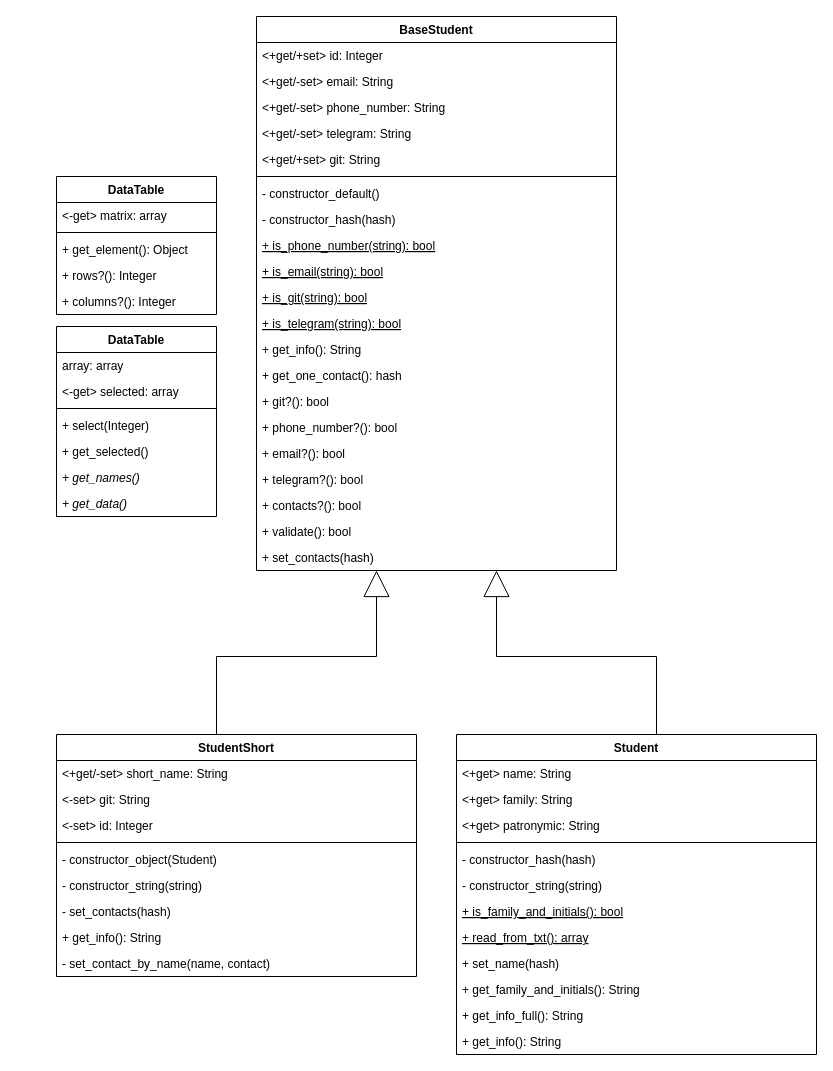
Before: lab2/docs/ClassDiagram.drawio in KirSaxhlil/PatternLabs, a draw.io diagram. Source tidied: cells renumbered, new cells numbered last; positions are measured from the earlier drawing's top-left corner, leaving out a move shared by most shapes. Both pictures are drawn from the tidied source at 100%, with x=0, y=0 at pixel (56, 16).
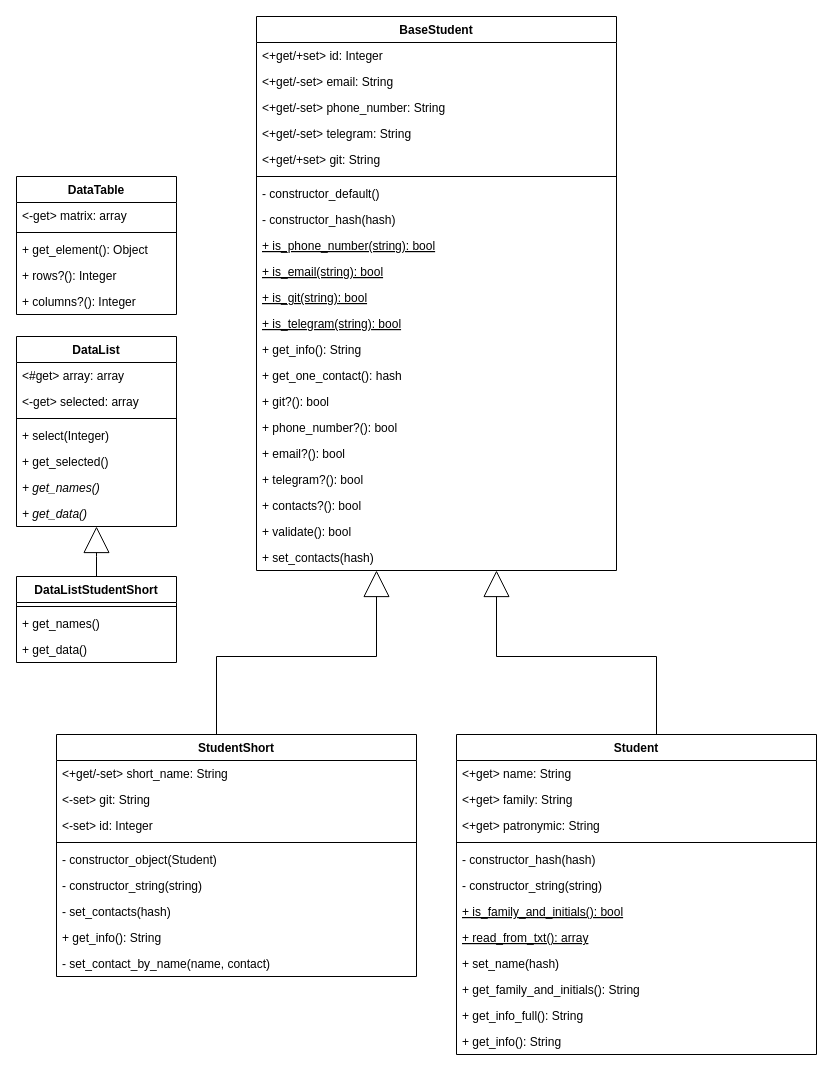
Above is the later version.

Commit message (it also covers changes not shown here):
Лаб.3 Здч.3-5 DataListStudentShort

Diff of the diagram source:
```diff
@@
     <mxCell id="49" value="DataTable" style="swimlane;fontStyle=1;align=center;verticalAlign=top;horizontal=1;startSize=26;swimlaneFillColor=default;" parent="1" vertex="1">
-      <mxGeometry y="160" width="160" height="138" as="geometry" />
+      <mxGeometry x="-40" y="160" width="160" height="138" as="geometry" />
     </mxCell>
@@
-    <mxCell id="55" value="DataTable" style="swimlane;fontStyle=1;align=center;verticalAlign=top;horizontal=1;startSize=26;swimlaneFillColor=default;" parent="1" vertex="1">
-      <mxGeometry y="310" width="160" height="190" as="geometry" />
+    <mxCell id="55" value="DataList" style="swimlane;fontStyle=1;align=center;verticalAlign=top;horizontal=1;startSize=26;swimlaneFillColor=default;" parent="1" vertex="1">
+      <mxGeometry x="-40" y="320" width="160" height="190" as="geometry" />
     </mxCell>
-    <mxCell id="56" value="array: array" style="text;strokeColor=none;fillColor=none;align=left;verticalAlign=top;spacingLeft=4;spacingRight=4;overflow=hidden;" parent="55" vertex="1">
+    <mxCell id="56" value="&lt;#get&gt; array: array" style="text;strokeColor=none;fillColor=none;align=left;verticalAlign=top;spacingLeft=4;spacingRight=4;overflow=hidden;" parent="55" vertex="1">
       <mxGeometry y="26" width="160" height="26" as="geometry" />
     </mxCell>
@@
+    <mxCell id="63" value="DataListStudentShort" style="swimlane;fontStyle=1;align=center;verticalAlign=top;horizontal=1;startSize=26;swimlaneFillColor=default;" parent="1" vertex="1">
+      <mxGeometry x="-40" y="560" width="160" height="86" as="geometry" />
+    </mxCell>
+    <mxCell id="64" style="line;strokeWidth=1;fillColor=none;align=left;verticalAlign=middle;spacingTop=-1;spacingLeft=3;spacingRight=3;labelPosition=right;strokeColor=inherit;" parent="63" vertex="1">
+      <mxGeometry y="26" width="160" height="8" as="geometry" />
+    </mxCell>
+    <mxCell id="65" value="+ get_names()" style="text;strokeColor=none;fillColor=none;align=left;verticalAlign=top;spacingLeft=4;spacingRight=4;overflow=hidden;fontStyle=0;" parent="63" vertex="1">
+      <mxGeometry y="34" width="160" height="26" as="geometry" />
+    </mxCell>
+    <mxCell id="66" value="+ get_data()" style="text;strokeColor=none;fillColor=none;align=left;verticalAlign=top;spacingLeft=4;spacingRight=4;overflow=hidden;fontStyle=0;" parent="63" vertex="1">
+      <mxGeometry y="60" width="160" height="26" as="geometry" />
+    </mxCell>
+    <mxCell id="67" style="endArrow=block;html=1;rounded=0;endFill=0;jumpSize=6;endSize=24;edgeStyle=orthogonalEdgeStyle;" parent="1" edge="1" source="63" target="55">
+      <mxGeometry relative="1" as="geometry">
+        <Array as="points">
+          <mxPoint x="40" y="540" />
+          <mxPoint x="40" y="540" />
+        </Array>
+      </mxGeometry>
+    </mxCell>
```
